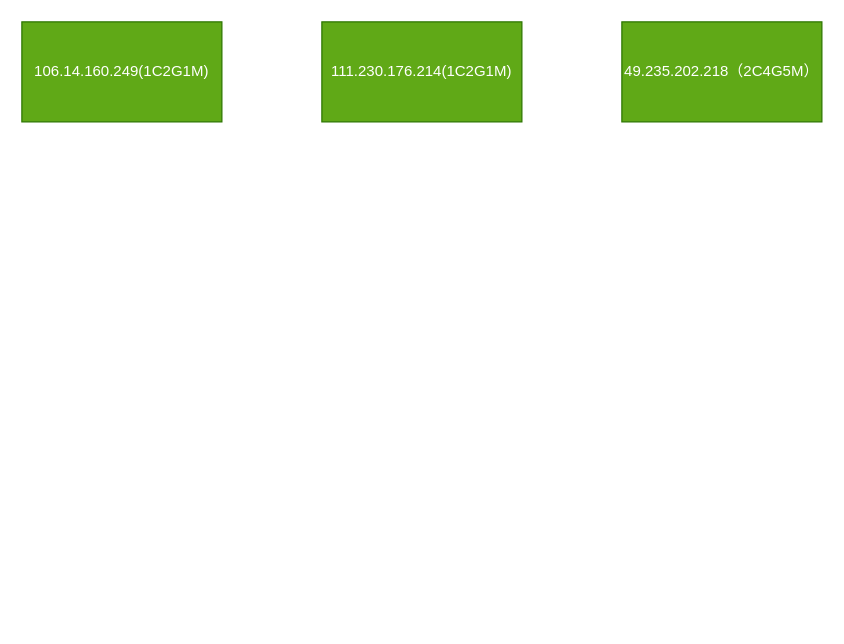
This is 服务器内容部署一览图.drawio from TysonSir/draw.io, a draw.io file, before an edit. Source tidied: cells renumbered, new cells numbered last; positions are measured from the earlier drawing's top-left corner, leaving out a move shared by most shapes. Both pictures are drawn from the tidied source at 125%, with x=0, y=0 at pixel (21, 21).
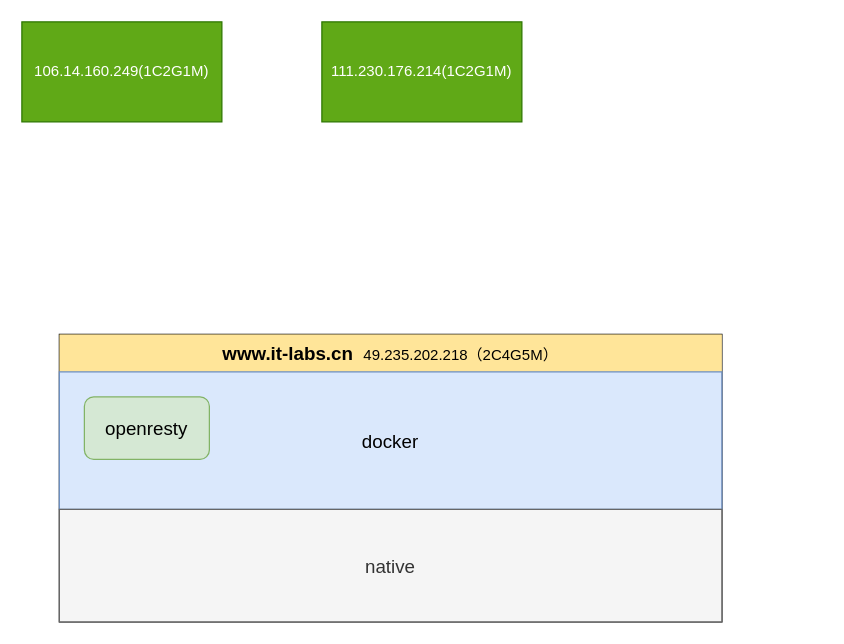
The same page after the edit.

Commit message (it also covers changes not shown here):
更新服务器内容部署一览图.drawio

The edit, as a diff of the source:
```diff
@@
 <mxGraphModel>
   <root>
     <mxCell id="0" />
     <mxCell id="1" parent="0" />
     <mxCell id="2" value="106.14.160.249(1C2G1M)" style="rounded=0;whiteSpace=wrap;html=1;fillColor=#60a917;strokeColor=#2D7600;fontColor=#ffffff;" parent="1" vertex="1">
       <mxGeometry width="160" height="80" as="geometry" />
     </mxCell>
     <mxCell id="3" value="111.230.176.214(1C2G1M)" style="rounded=0;whiteSpace=wrap;html=1;fillColor=#60a917;strokeColor=#2D7600;fontColor=#ffffff;" parent="1" vertex="1">
       <mxGeometry x="240" width="160" height="80" as="geometry" />
     </mxCell>
-    <mxCell id="4" value="49.235.202.218（2C4G5M）" style="rounded=0;whiteSpace=wrap;html=1;fillColor=#60a917;strokeColor=#2D7600;fontColor=#ffffff;" parent="1" vertex="1">
-      <mxGeometry x="480" width="160" height="80" as="geometry" />
+    <mxCell id="4" style="rounded=0;whiteSpace=wrap;html=1;" parent="1" vertex="1">
+      <mxGeometry x="30" y="250" width="530" height="230" as="geometry" />
     </mxCell>
+    <mxCell id="5" value="www.it-labs.cn&amp;nbsp;&amp;nbsp;&lt;span style=&quot;font-size: 12px ; font-weight: 400&quot;&gt;49.235.202.218（2C4G5M）&lt;/span&gt;" style="text;html=1;strokeColor=none;fillColor=#FFE599;align=center;verticalAlign=middle;whiteSpace=wrap;rounded=0;fontStyle=1;fontSize=15;" parent="1" vertex="1">
+      <mxGeometry x="30" y="250" width="530" height="30" as="geometry" />
+    </mxCell>
+    <mxCell id="6" value="docker" style="rounded=0;whiteSpace=wrap;html=1;fillColor=#dae8fc;fontSize=15;strokeColor=#6c8ebf;" parent="1" vertex="1">
+      <mxGeometry x="30" y="280" width="530" height="110" as="geometry" />
+    </mxCell>
+    <mxCell id="7" value="openresty" style="rounded=1;whiteSpace=wrap;html=1;fillColor=#d5e8d4;fontSize=15;strokeColor=#82b366;" parent="1" vertex="1">
+      <mxGeometry x="50" y="300" width="100" height="50" as="geometry" />
+    </mxCell>
+    <mxCell id="8" value="native" style="rounded=0;whiteSpace=wrap;html=1;fillColor=#f5f5f5;fontSize=15;strokeColor=#666666;fontColor=#333333;" parent="1" vertex="1">
+      <mxGeometry x="30" y="390" width="530" height="90" as="geometry" />
+    </mxCell>
   </root>
 </mxGraphModel>
```
